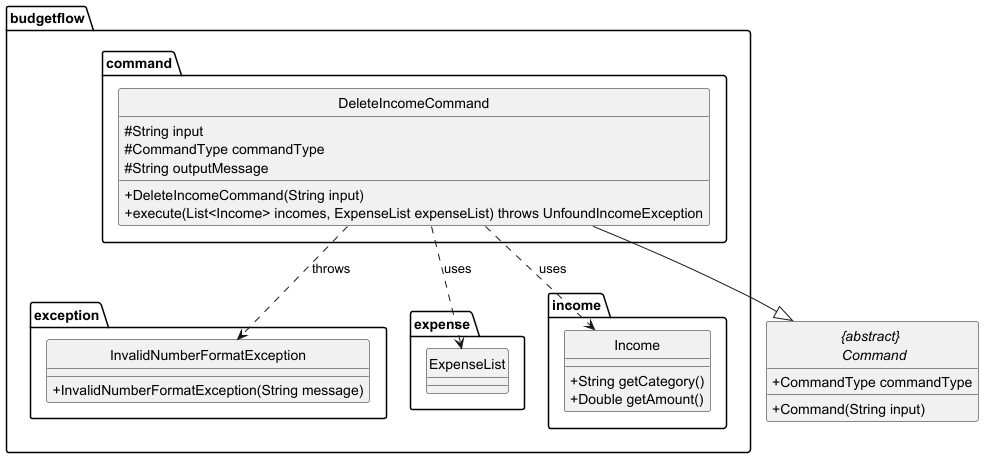
Earlier version of the PlantUML export docs/diagrams/DeleteIncomeCommandClass.png (thienkimtranhoang/tp).
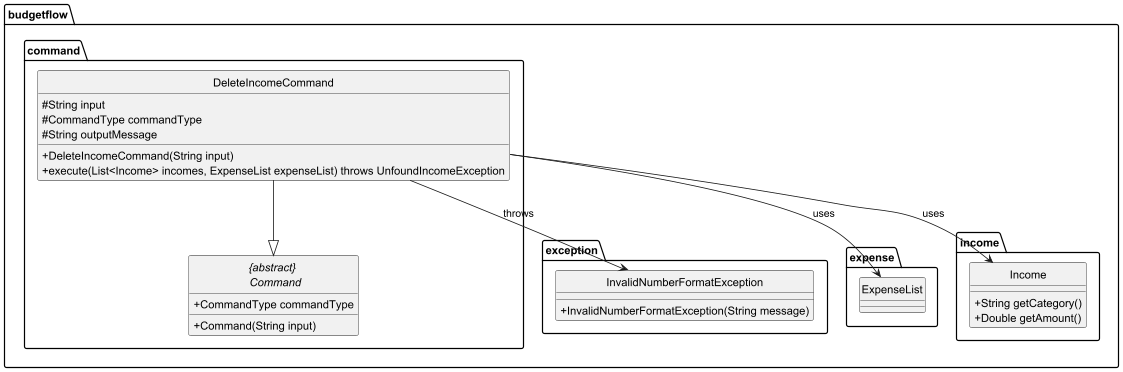
The same diagram one commit later.

The edit, as a diff of the source:
```diff
@@ -11,6 +11,10 @@
         # String outputMessage
         + DeleteIncomeCommand(String input)
         + execute(List<Income> incomes, ExpenseList expenseList) throws UnfoundIncomeException
+    }
+    abstract class "{abstract} \n Command" {
+        + Command(String input)
+        + CommandType commandType
     }
 }
 
@@ -31,14 +35,11 @@
     }
 }
 
-abstract class "{abstract} \n Command" {
-    + Command(String input)
-    + CommandType commandType
-}
+
 
 DeleteIncomeCommand --|> "{abstract} \n Command"
-DeleteIncomeCommand ..> InvalidNumberFormatException : throws
-DeleteIncomeCommand ..> Income : uses
-DeleteIncomeCommand ..> ExpenseList : uses
+DeleteIncomeCommand --> InvalidNumberFormatException : throws
+DeleteIncomeCommand --> Income : uses
+DeleteIncomeCommand --> ExpenseList : uses
 
 @enduml
```
